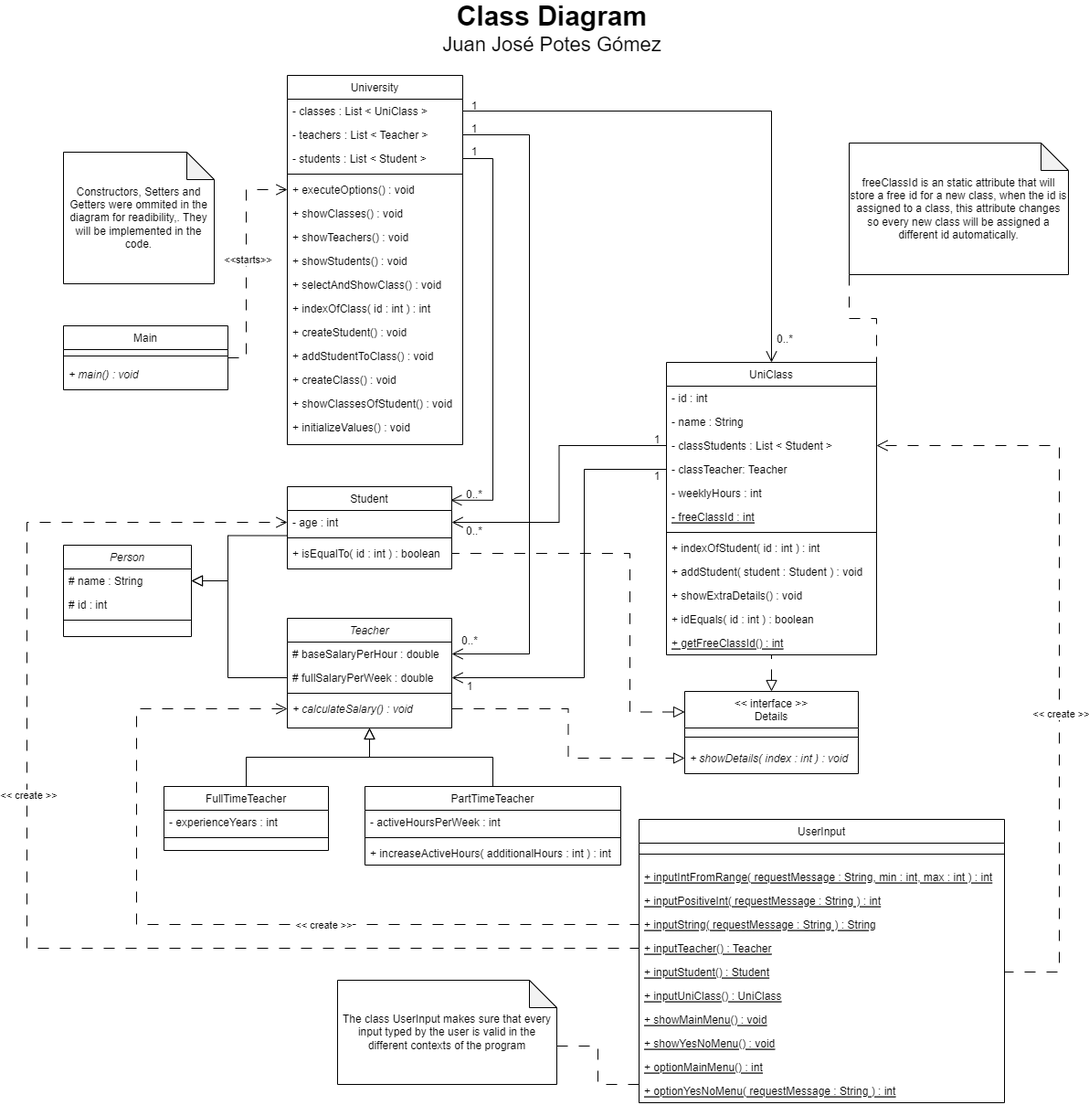
This is ClassDiagram_Juan Potes.png from J-Potes-GLB/JuanPotes_ProjectUniversity, a draw.io export, as it was before one commit. Source tidied: cells renumbered, new cells last; positions are measured from the earlier drawing's top-left corner, leaving out a move shared by most shapes.
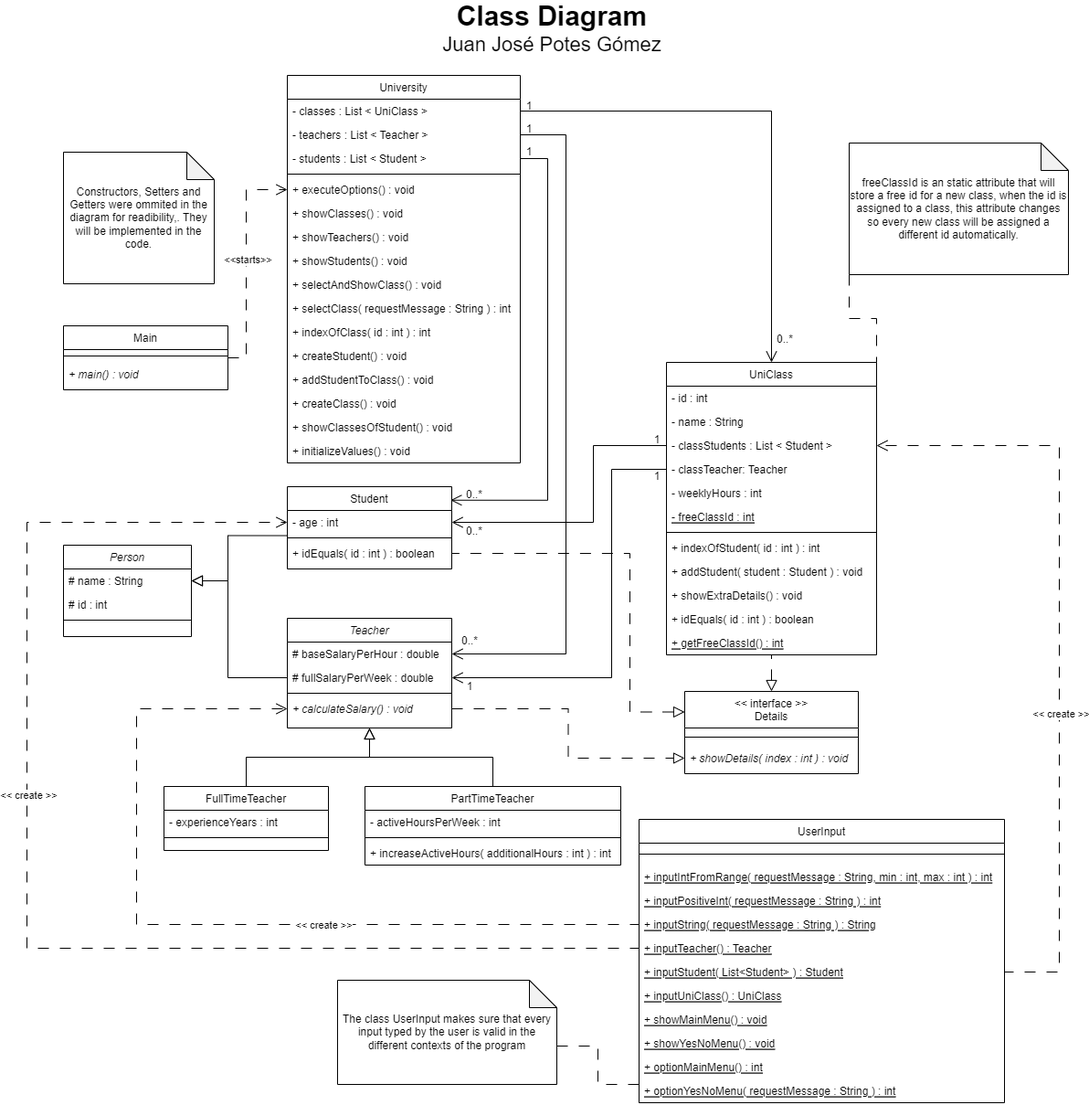
After the change.

Commit message:
Update Diagram including last changes

Change to the diagram source:
```diff
@@ -23,7 +23,7 @@
     <mxCell id="8" style="line;html=1;strokeWidth=1;align=left;verticalAlign=middle;spacingTop=-1;spacingLeft=3;spacingRight=3;labelPosition=right;" parent="6" vertex="1">
       <mxGeometry y="52" width="180" height="8" as="geometry" />
     </mxCell>
-    <mxCell id="9" value="+ isEqualTo( id : int ) : boolean" style="text;align=left;verticalAlign=top;spacingLeft=4;spacingRight=4;overflow=hidden;points=[[0,0.5],[1,0.5]];portConstraint=eastwest;fontStyle=0;" parent="6" vertex="1">
+    <mxCell id="9" value="+ idEquals( id : int ) : boolean" style="text;align=left;verticalAlign=top;spacingLeft=4;spacingRight=4;overflow=hidden;points=[[0,0.5],[1,0.5]];portConstraint=eastwest;fontStyle=0;" parent="6" vertex="1">
       <mxGeometry y="60" width="180" height="26" as="geometry" />
     </mxCell>
     <mxCell id="10" value="Teacher" style="swimlane;fontStyle=2;align=center;verticalAlign=top;horizontal=1;startSize=26;rounded=0;shadow=0;strokeWidth=1;" parent="1" vertex="1">
@@ -42,52 +42,55 @@
       <mxGeometry y="86" width="180" height="26" as="geometry" />
     </mxCell>
     <mxCell id="15" value="University" style="swimlane;fontStyle=0;align=center;verticalAlign=top;horizontal=1;startSize=26;rounded=0;shadow=0;strokeWidth=1;" parent="1" vertex="1">
-      <mxGeometry x="285" y="66" width="192" height="404" as="geometry" />
+      <mxGeometry x="285" y="66" width="255" height="424" as="geometry" />
     </mxCell>
     <mxCell id="16" value="- classes : List &lt; UniClass &gt;" style="text;align=left;verticalAlign=top;spacingLeft=4;spacingRight=4;overflow=hidden;points=[[0,0.5],[1,0.5]];portConstraint=eastwest;rounded=0;shadow=0;html=0;" parent="15" vertex="1">
-      <mxGeometry y="26" width="192" height="26" as="geometry" />
+      <mxGeometry y="26" width="255" height="26" as="geometry" />
     </mxCell>
     <mxCell id="17" value="- teachers : List &lt; Teacher &gt;" style="text;align=left;verticalAlign=top;spacingLeft=4;spacingRight=4;overflow=hidden;points=[[0,0.5],[1,0.5]];portConstraint=eastwest;" parent="15" vertex="1">
-      <mxGeometry y="52" width="192" height="26" as="geometry" />
+      <mxGeometry y="52" width="255" height="26" as="geometry" />
     </mxCell>
     <mxCell id="18" value="- students : List &lt; Student &gt;" style="text;align=left;verticalAlign=top;spacingLeft=4;spacingRight=4;overflow=hidden;points=[[0,0.5],[1,0.5]];portConstraint=eastwest;rounded=0;shadow=0;html=0;" parent="15" vertex="1">
-      <mxGeometry y="78" width="192" height="26" as="geometry" />
+      <mxGeometry y="78" width="255" height="26" as="geometry" />
     </mxCell>
     <mxCell id="19" style="line;html=1;strokeWidth=1;align=left;verticalAlign=middle;spacingTop=-1;spacingLeft=3;spacingRight=3;labelPosition=right;" parent="15" vertex="1">
-      <mxGeometry y="104" width="192" height="8" as="geometry" />
+      <mxGeometry y="104" width="255" height="8" as="geometry" />
     </mxCell>
     <mxCell id="20" value="+ executeOptions() : void" style="text;align=left;verticalAlign=top;spacingLeft=4;spacingRight=4;overflow=hidden;points=[[0,0.5],[1,0.5]];portConstraint=eastwest;" parent="15" vertex="1">
-      <mxGeometry y="112" width="192" height="26" as="geometry" />
+      <mxGeometry y="112" width="255" height="26" as="geometry" />
     </mxCell>
     <mxCell id="21" value="+ showClasses() : void" style="text;align=left;verticalAlign=top;spacingLeft=4;spacingRight=4;overflow=hidden;" parent="15" vertex="1">
-      <mxGeometry y="138" width="192" height="26" as="geometry" />
+      <mxGeometry y="138" width="255" height="26" as="geometry" />
     </mxCell>
     <mxCell id="22" value="+ showTeachers() : void" style="text;align=left;verticalAlign=top;spacingLeft=4;spacingRight=4;overflow=hidden;" parent="15" vertex="1">
-      <mxGeometry y="164" width="192" height="26" as="geometry" />
+      <mxGeometry y="164" width="255" height="26" as="geometry" />
     </mxCell>
     <mxCell id="23" value="+ showStudents() : void" style="text;align=left;verticalAlign=top;spacingLeft=4;spacingRight=4;overflow=hidden;" parent="15" vertex="1">
-      <mxGeometry y="190" width="192" height="26" as="geometry" />
+      <mxGeometry y="190" width="255" height="26" as="geometry" />
     </mxCell>
     <mxCell id="24" value="+ selectAndShowClass() : void" style="text;align=left;verticalAlign=top;spacingLeft=4;spacingRight=4;overflow=hidden;" parent="15" vertex="1">
-      <mxGeometry y="216" width="192" height="26" as="geometry" />
+      <mxGeometry y="216" width="255" height="26" as="geometry" />
     </mxCell>
+    <mxCell id="106" value="+ selectClass( requestMessage : String ) : int" style="text;align=left;verticalAlign=top;spacingLeft=4;spacingRight=4;overflow=hidden;" parent="15" vertex="1">
+      <mxGeometry y="242" width="255" height="26" as="geometry" />
+    </mxCell>
     <mxCell id="25" value="+ indexOfClass( id : int ) : int" style="text;align=left;verticalAlign=top;spacingLeft=4;spacingRight=4;overflow=hidden;" parent="15" vertex="1">
-      <mxGeometry y="242" width="192" height="26" as="geometry" />
+      <mxGeometry y="268" width="255" height="26" as="geometry" />
     </mxCell>
     <mxCell id="26" value="+ createStudent() : void" style="text;align=left;verticalAlign=top;spacingLeft=4;spacingRight=4;overflow=hidden;" parent="15" vertex="1">
-      <mxGeometry y="268" width="192" height="26" as="geometry" />
+      <mxGeometry y="294" width="255" height="26" as="geometry" />
     </mxCell>
     <mxCell id="27" value="+ addStudentToClass() : void" style="text;align=left;verticalAlign=top;spacingLeft=4;spacingRight=4;overflow=hidden;" parent="15" vertex="1">
-      <mxGeometry y="294" width="192" height="26" as="geometry" />
+      <mxGeometry y="320" width="255" height="26" as="geometry" />
     </mxCell>
     <mxCell id="28" value="+ createClass() : void" style="text;align=left;verticalAlign=top;spacingLeft=4;spacingRight=4;overflow=hidden;" parent="15" vertex="1">
-      <mxGeometry y="320" width="192" height="26" as="geometry" />
+      <mxGeometry y="346" width="255" height="26" as="geometry" />
     </mxCell>
     <mxCell id="29" value="+ showClassesOfStudent() : void" style="text;align=left;verticalAlign=top;spacingLeft=4;spacingRight=4;overflow=hidden;" parent="15" vertex="1">
-      <mxGeometry y="346" width="192" height="26" as="geometry" />
+      <mxGeometry y="372" width="255" height="26" as="geometry" />
     </mxCell>
     <mxCell id="30" value="+ initializeValues() : void" style="text;align=left;verticalAlign=top;spacingLeft=4;spacingRight=4;overflow=hidden;" parent="15" vertex="1">
-      <mxGeometry y="372" width="192" height="26" as="geometry" />
+      <mxGeometry y="398" width="255" height="26" as="geometry" />
     </mxCell>
     <mxCell id="31" style="edgeStyle=orthogonalEdgeStyle;rounded=0;jettySize=auto;html=1;entryX=0.5;entryY=1;entryDx=0;entryDy=0;endArrow=block;endFill=0;endSize=10;" parent="1" edge="1" source="32" target="10">
       <mxGeometry relative="1" as="geometry" />
@@ -135,16 +138,16 @@
     <mxCell id="42" style="edgeStyle=orthogonalEdgeStyle;rounded=0;jettySize=auto;html=1;exitX=1;exitY=0.5;exitDx=0;exitDy=0;entryX=0.993;entryY=0.164;entryDx=0;entryDy=0;endArrow=open;endFill=0;endSize=10;entryPerimeter=0;" parent="1" edge="1" source="18" target="6">
       <mxGeometry relative="1" as="geometry">
         <Array as="points">
-          <mxPoint x="510" y="157" />
-          <mxPoint x="510" y="531" />
+          <mxPoint x="570" y="157" />
+          <mxPoint x="570" y="531" />
         </Array>
       </mxGeometry>
     </mxCell>
     <mxCell id="43" style="edgeStyle=orthogonalEdgeStyle;rounded=0;jettySize=auto;html=1;exitX=1;exitY=0.5;exitDx=0;exitDy=0;entryX=1;entryY=0.5;entryDx=0;entryDy=0;endArrow=open;endFill=0;endSize=10;" parent="1" edge="1" source="17" target="11">
       <mxGeometry relative="1" as="geometry">
         <Array as="points">
-          <mxPoint x="550" y="131" />
-          <mxPoint x="550" y="699" />
+          <mxPoint x="590" y="131" />
+          <mxPoint x="590" y="699" />
         </Array>
       </mxGeometry>
     </mxCell>
@@ -195,13 +198,18 @@
       </mxGeometry>
     </mxCell>
     <mxCell id="58" style="edgeStyle=orthogonalEdgeStyle;rounded=0;jettySize=auto;html=1;exitX=0;exitY=0.5;exitDx=0;exitDy=0;entryX=1;entryY=0.5;entryDx=0;entryDy=0;endSize=10;endArrow=open;endFill=0;" parent="1" edge="1" source="47" target="7">
-      <mxGeometry relative="1" as="geometry" />
+      <mxGeometry relative="1" as="geometry">
+        <Array as="points">
+          <mxPoint x="620" y="471" />
+          <mxPoint x="620" y="555" />
+        </Array>
+      </mxGeometry>
     </mxCell>
     <mxCell id="59" style="edgeStyle=orthogonalEdgeStyle;rounded=0;jettySize=auto;html=1;exitX=0;exitY=0.5;exitDx=0;exitDy=0;entryX=1;entryY=0.5;entryDx=0;entryDy=0;endSize=10;endArrow=open;endFill=0;" parent="1" edge="1" source="48" target="12">
       <mxGeometry relative="1" as="geometry">
         <Array as="points">
-          <mxPoint x="610" y="497" />
-          <mxPoint x="610" y="725" />
+          <mxPoint x="640" y="497" />
+          <mxPoint x="640" y="725" />
         </Array>
       </mxGeometry>
     </mxCell>
@@ -223,7 +231,7 @@
     <mxCell id="65" value="+ inputTeacher() : Teacher" style="text;align=left;verticalAlign=top;spacingLeft=4;spacingRight=4;overflow=hidden;points=[[0,0.5],[1,0.5]];portConstraint=eastwest;fontStyle=4;" parent="60" vertex="1">
       <mxGeometry y="128" width="400" height="26" as="geometry" />
     </mxCell>
-    <mxCell id="66" value="+ inputStudent() : Student" style="text;align=left;verticalAlign=top;spacingLeft=4;spacingRight=4;overflow=hidden;points=[[0,0.5],[1,0.5]];portConstraint=eastwest;fontStyle=4;" parent="60" vertex="1">
+    <mxCell id="66" value="+ inputStudent( List&lt;Student&gt; ) : Student" style="text;align=left;verticalAlign=top;spacingLeft=4;spacingRight=4;overflow=hidden;points=[[0,0.5],[1,0.5]];portConstraint=eastwest;fontStyle=4;" parent="60" vertex="1">
       <mxGeometry y="154" width="400" height="26" as="geometry" />
     </mxCell>
     <mxCell id="67" value="+ inputUniClass() : UniClass" style="text;align=left;verticalAlign=top;spacingLeft=4;spacingRight=4;overflow=hidden;points=[[0,0.5],[1,0.5]];portConstraint=eastwest;fontStyle=4;" parent="60" vertex="1">
@@ -319,13 +327,13 @@
       <mxGeometry x="470" y="510" width="40" height="30" as="geometry" />
     </mxCell>
     <mxCell id="91" value="1" style="text;strokeColor=none;align=center;fillColor=none;html=1;verticalAlign=middle;whiteSpace=wrap;rounded=0;" parent="1" vertex="1">
-      <mxGeometry x="470" y="140" width="40" height="20" as="geometry" />
+      <mxGeometry x="530" y="140" width="40" height="20" as="geometry" />
     </mxCell>
     <mxCell id="92" value="1" style="text;strokeColor=none;align=center;fillColor=none;html=1;verticalAlign=middle;whiteSpace=wrap;rounded=0;" parent="1" vertex="1">
-      <mxGeometry x="470" y="120" width="40" height="10" as="geometry" />
+      <mxGeometry x="530" y="120" width="40" height="10" as="geometry" />
     </mxCell>
     <mxCell id="93" value="1" style="text;strokeColor=none;align=center;fillColor=none;html=1;verticalAlign=middle;whiteSpace=wrap;rounded=0;" parent="1" vertex="1">
-      <mxGeometry x="470" y="90" width="40" height="20" as="geometry" />
+      <mxGeometry x="530" y="90" width="40" height="20" as="geometry" />
     </mxCell>
     <mxCell id="94" value="0..*" style="text;strokeColor=none;align=center;fillColor=none;html=1;verticalAlign=middle;whiteSpace=wrap;rounded=0;" parent="1" vertex="1">
       <mxGeometry x="465" y="670" width="40" height="30" as="geometry" />
```
